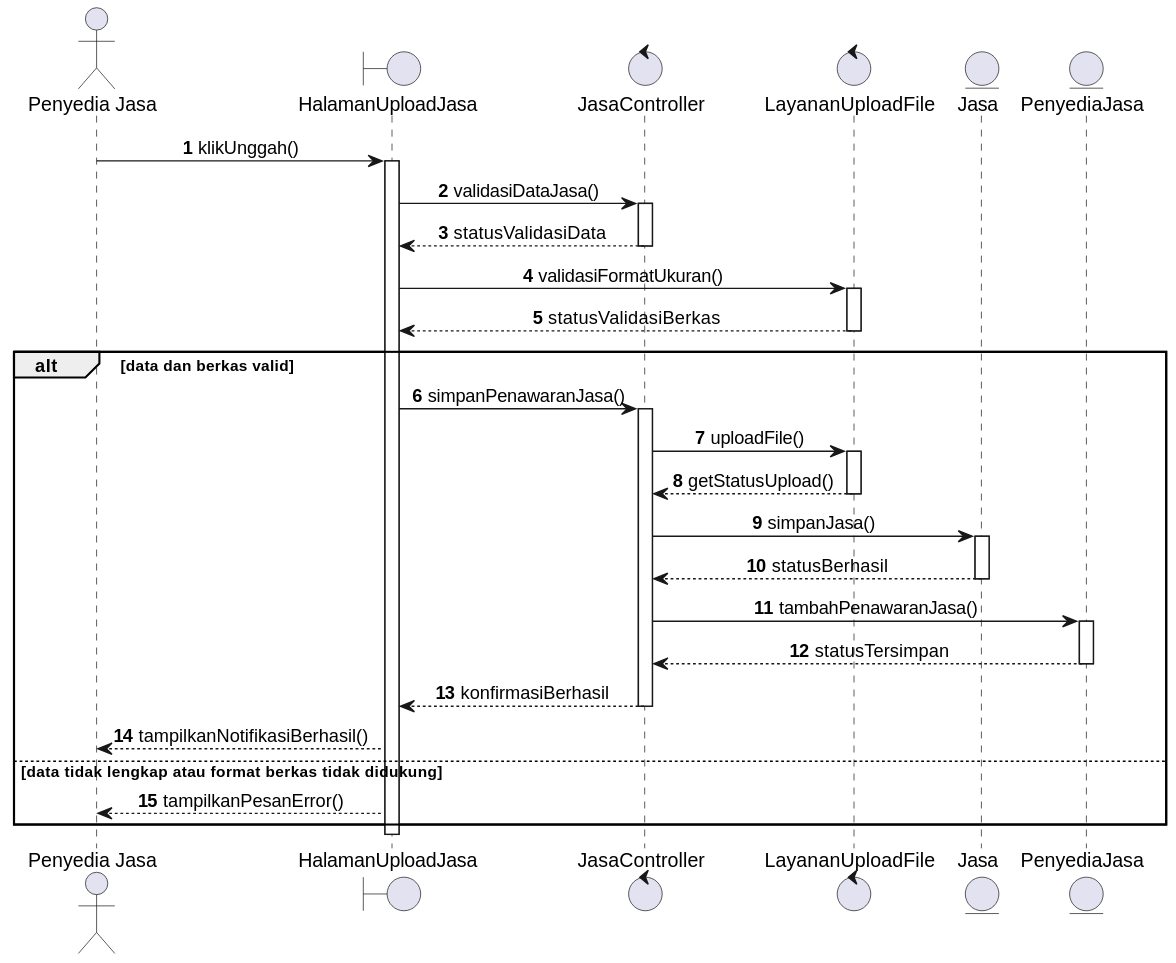
Earlier version of the PlantUML export docs/M7/assets/diagram/diagram-uc4.svg (EdwTorch/IF2150-RPL-K01-G03).
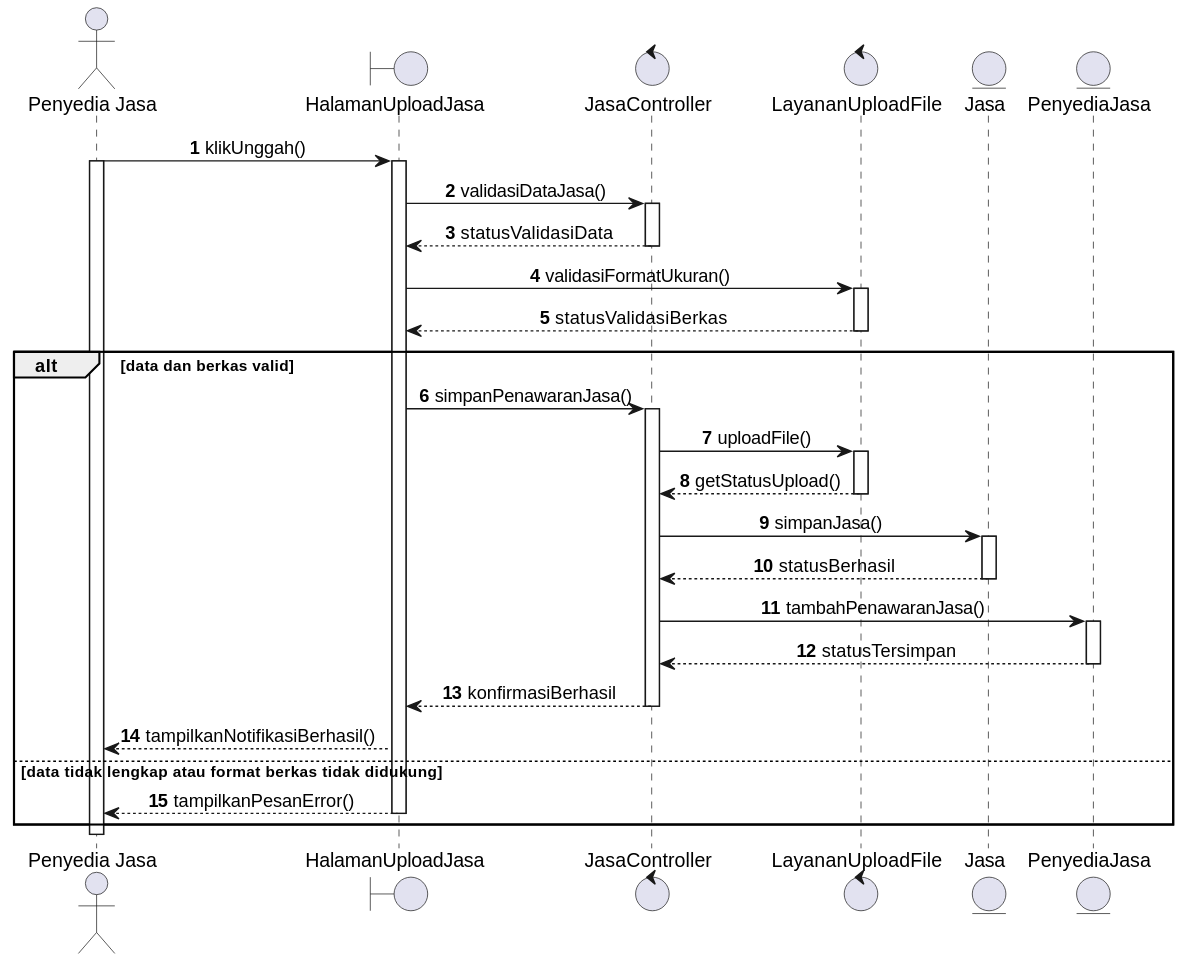
The same diagram one commit later.

Commit message:
refactor: revisi sequence diagram

Diff of the diagram source:
```diff
@@ -10,6 +10,7 @@
 entity "PenyediaJasa" as Penyedia
 
 PJ -> HalUpload : klikUnggah()
+activate PJ
 activate HalUpload
 
 HalUpload -> Controller : validasiDataJasa()
@@ -47,7 +48,8 @@
     HalUpload --> PJ : tampilkanNotifikasiBerhasil()
 else data tidak lengkap atau format berkas tidak didukung
     HalUpload --> PJ : tampilkanPesanError()
+    deactivate HalUpload
 end
 
-deactivate HalUpload
+deactivate PJ
 @enduml
```
